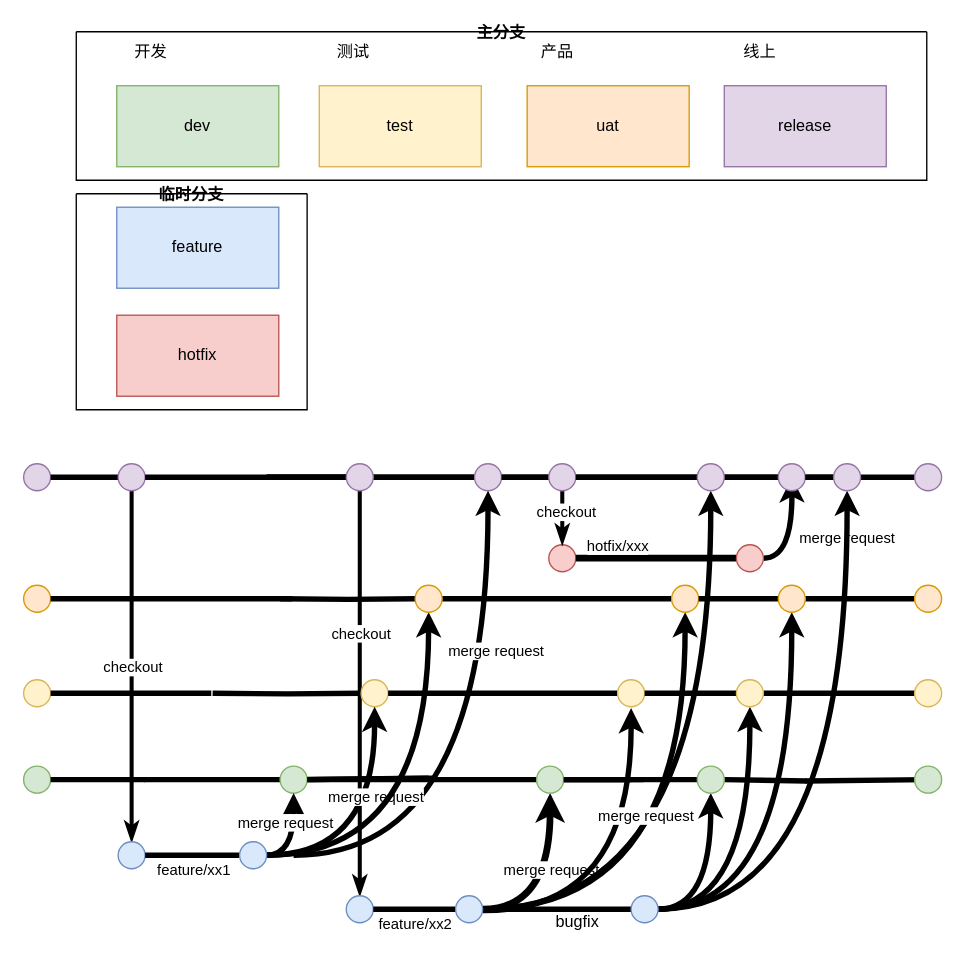
Earlier version of the draw.io diagram page "Page-1" (1 of 2) of git.drawio (bobgo0912/draw). Source tidied: cells renumbered, new cells numbered last; positions are measured from the earlier drawing's top-left corner, leaving out a move shared by most shapes. Both pictures are drawn from the tidied source at 135%, with x=0, y=0 at pixel (23, 31).
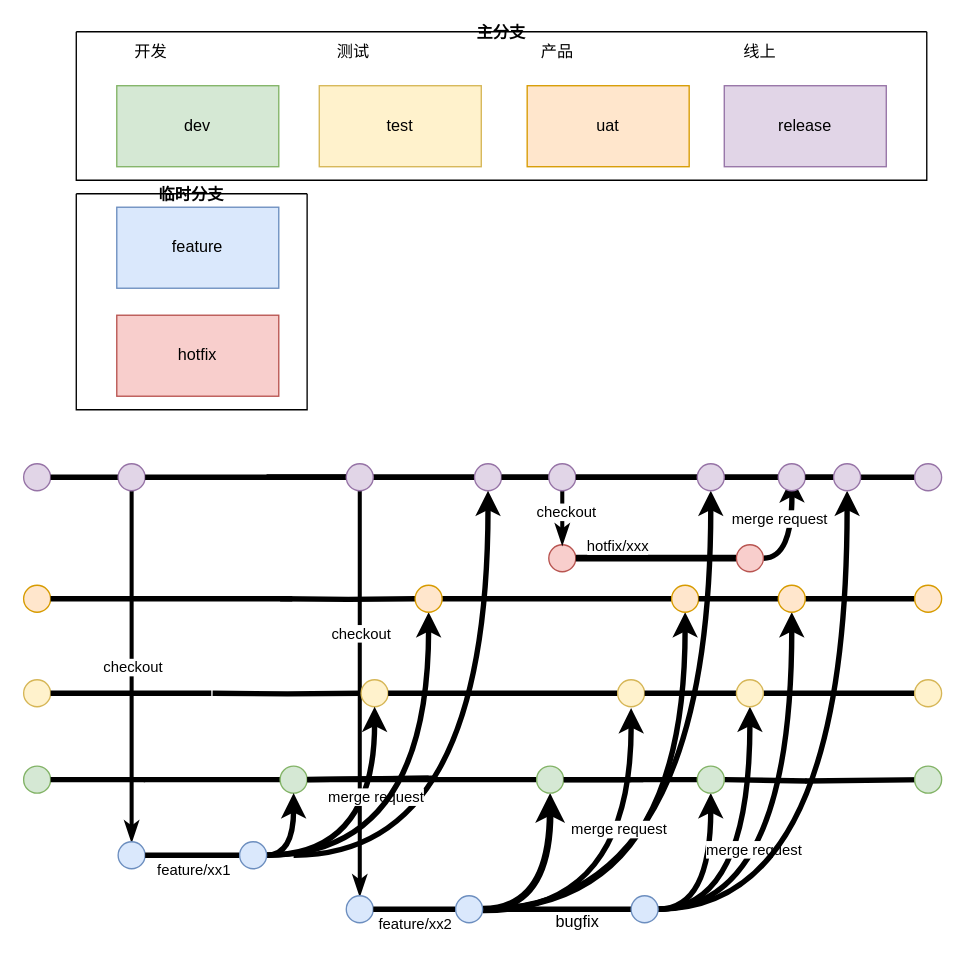
The same diagram, later.

The change refers to these unchanged cells:
```xml
<mxCell id="30" style="endArrow=classic;html=1;rounded=0;entryX=0.5;entryY=1;entryDx=0;entryDy=0;strokeWidth=4;edgeStyle=orthogonalEdgeStyle;curved=1;endFill=1;" parent="1" edge="1" target="29">
  <mxGeometry relative="1" as="geometry">
    <mxPoint x="200" y="610" as="sourcePoint" />
  </mxGeometry>
</mxCell>
<mxCell id="47" style="edgeStyle=orthogonalEdgeStyle;rounded=0;jettySize=auto;html=1;entryX=0.5;entryY=1;entryDx=0;entryDy=0;curved=1;strokeWidth=5;" parent="1" edge="1" source="53" target="77">
  <mxGeometry relative="1" as="geometry" />
</mxCell>
<mxCell id="59" style="edgeStyle=orthogonalEdgeStyle;rounded=0;jettySize=auto;html=1;strokeWidth=4;curved=1;" parent="1" edge="1" source="61">
  <mxGeometry relative="1" as="geometry">
    <mxPoint x="569" y="330" as="targetPoint" />
  </mxGeometry>
</mxCell>
<mxCell id="80" style="edgeStyle=orthogonalEdgeStyle;jettySize=auto;html=1;entryX=0.5;entryY=1;entryDx=0;entryDy=0;curved=1;endSize=6;strokeWidth=4;" parent="1" edge="1" source="87" target="75">
  <mxGeometry relative="1" as="geometry" />
</mxCell>
<mxCell id="95" style="edgeStyle=orthogonalEdgeStyle;jettySize=auto;html=1;entryX=0.5;entryY=1;entryDx=0;entryDy=0;strokeWidth=4;curved=1;" parent="1" edge="1" source="97" target="104">
  <mxGeometry relative="1" as="geometry" />
</mxCell>
```

What changed in the source:
```diff
@@
-    <mxCell id="31" value="merge request" style="edgeLabel;html=1;align=center;verticalAlign=middle;" parent="30" vertex="1">
-      <mxGeometry x="0.5" y="22" relative="1" as="geometry">
-        <mxPoint x="27" y="15" as="offset" />
-      </mxGeometry>
-    </mxCell>
@@
-    <mxCell id="48" value="merge request" style="edgeLabel;html=1;align=center;verticalAlign=middle;" parent="47" vertex="1">
-      <mxGeometry x="0.22" y="9" relative="1" as="geometry">
-        <mxPoint x="9" y="3" as="offset" />
-      </mxGeometry>
-    </mxCell>
@@
     <mxCell id="60" value="merge request" style="edgeLabel;html=1;align=center;verticalAlign=middle;" parent="59" vertex="1">
       <mxGeometry x="-0.09" y="3" relative="1" as="geometry">
-        <mxPoint x="43" as="offset" />
+        <mxPoint x="-7" y="-14" as="offset" />
       </mxGeometry>
     </mxCell>
@@
-    <mxCell id="81" value="merge request" style="edgeLabel;html=1;align=center;verticalAlign=middle;" parent="80" vertex="1">
-      <mxGeometry x="0.35" y="7" relative="1" as="geometry" />
-    </mxCell>
@@
     <mxCell id="90" value="merge request" style="edgeLabel;html=1;align=center;verticalAlign=middle;" parent="1" vertex="1">
-      <mxGeometry x="460" y="580" as="geometry" />
+      <mxGeometry x="440" y="590" as="geometry" />
     </mxCell>
@@
+    <mxCell id="107" value="merge request" style="edgeLabel;html=1;align=center;verticalAlign=middle;" parent="95" vertex="1">
+      <mxGeometry x="-0.1" y="29" relative="1" as="geometry" />
+    </mxCell>
```
